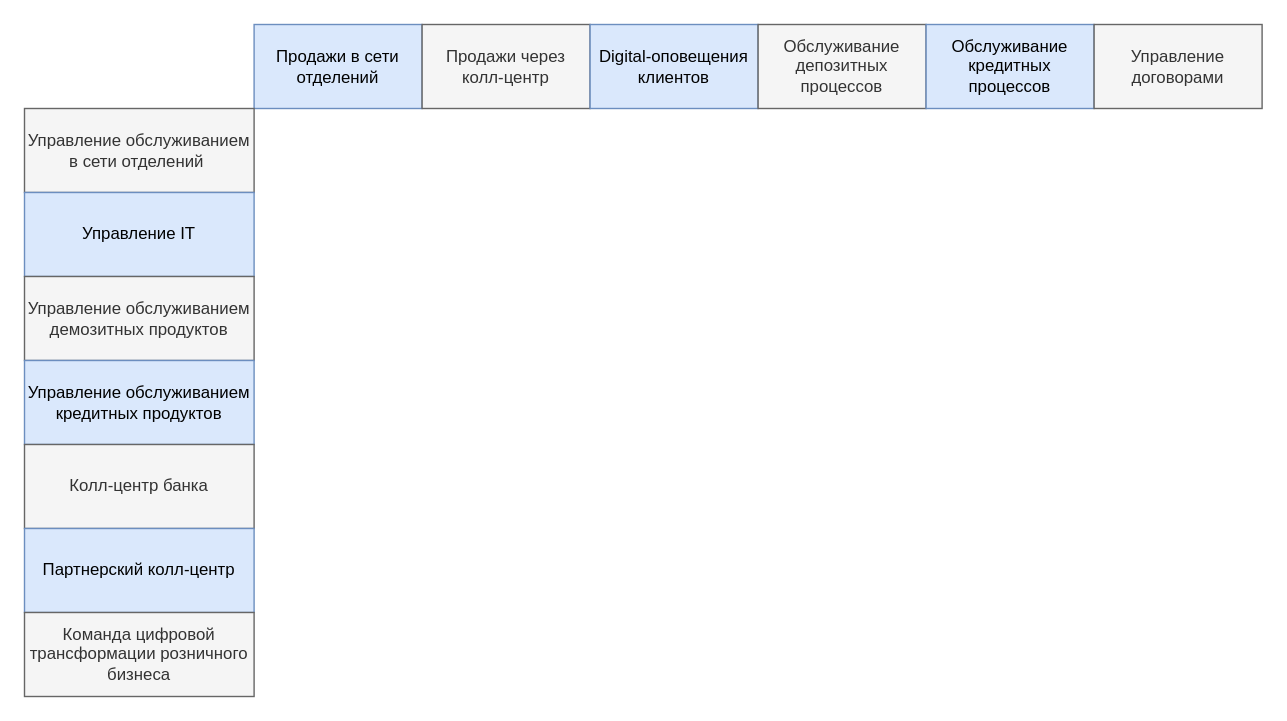
This is it_land_map.drawio from MorKaragh/drawings, a draw.io file, before an edit. Source tidied: cells renumbered, new cells numbered last; positions are measured from the earlier drawing's top-left corner, leaving out a move shared by most shapes. Both pictures are drawn from the tidied source at 140%, with x=0, y=0 at pixel (24, 24).
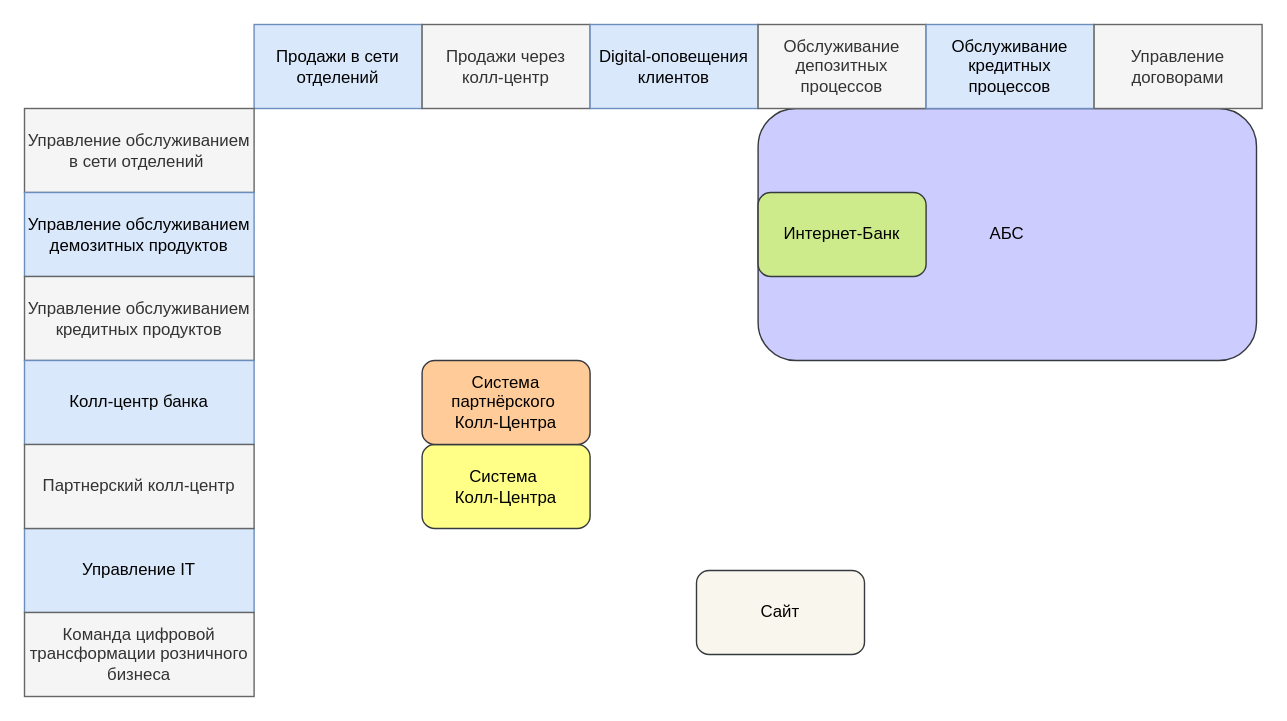
After the change.

Change to the diagram source:
```diff
@@
 <mxGraphModel>
   <root>
     <mxCell id="0" />
     <mxCell id="1" parent="0" />
+    <mxCell id="15" value="АБС" style="rounded=1;whiteSpace=wrap;html=1;fillColor=#CCCCFF;strokeColor=#36393d;" parent="1" vertex="1">
+      <mxGeometry x="524" y="60" width="356" height="180" as="geometry" />
+    </mxCell>
     <mxCell id="2" value="Продажи в сети отделений" style="rounded=0;whiteSpace=wrap;html=1;fillColor=#dae8fc;strokeColor=#6c8ebf;" parent="1" vertex="1">
       <mxGeometry x="164" width="120" height="60" as="geometry" />
     </mxCell>
     <mxCell id="3" value="Продажи через колл-центр" style="rounded=0;whiteSpace=wrap;html=1;fillColor=#f5f5f5;fontColor=#333333;strokeColor=#666666;" parent="1" vertex="1">
       <mxGeometry x="284" width="120" height="60" as="geometry" />
     </mxCell>
     <mxCell id="4" value="Digital-оповещения клиентов" style="rounded=0;whiteSpace=wrap;html=1;fillColor=#dae8fc;strokeColor=#6c8ebf;" parent="1" vertex="1">
       <mxGeometry x="404" width="120" height="60" as="geometry" />
     </mxCell>
     <mxCell id="5" value="Обслуживание депозитных процессов" style="rounded=0;whiteSpace=wrap;html=1;fillColor=#f5f5f5;fontColor=#333333;strokeColor=#666666;" parent="1" vertex="1">
       <mxGeometry x="524" width="120" height="60" as="geometry" />
     </mxCell>
     <mxCell id="6" value="Обслуживание кредитных процессов" style="rounded=0;whiteSpace=wrap;html=1;fillColor=#dae8fc;strokeColor=#6c8ebf;" parent="1" vertex="1">
       <mxGeometry x="644" width="120" height="60" as="geometry" />
     </mxCell>
     <mxCell id="7" value="Управление договорами" style="rounded=0;whiteSpace=wrap;html=1;fillColor=#f5f5f5;fontColor=#333333;strokeColor=#666666;" parent="1" vertex="1">
       <mxGeometry x="764" width="120" height="60" as="geometry" />
     </mxCell>
     <mxCell id="8" value="Управление обслуживанием в сети отделений&amp;nbsp;" style="rounded=0;whiteSpace=wrap;html=1;fillColor=#f5f5f5;fontColor=#333333;strokeColor=#666666;" parent="1" vertex="1">
       <mxGeometry y="60" width="164" height="60" as="geometry" />
     </mxCell>
     <mxCell id="9" value="Управление IT" style="rounded=0;whiteSpace=wrap;html=1;fillColor=#dae8fc;strokeColor=#6c8ebf;" parent="1" vertex="1">
-      <mxGeometry y="120" width="164" height="60" as="geometry" />
+      <mxGeometry y="360" width="164" height="60" as="geometry" />
     </mxCell>
-    <mxCell id="10" value="Управление обслуживанием демозитных продуктов" style="rounded=0;whiteSpace=wrap;html=1;fillColor=#f5f5f5;fontColor=#333333;strokeColor=#666666;" parent="1" vertex="1">
-      <mxGeometry y="180" width="164" height="60" as="geometry" />
+    <mxCell id="10" value="Управление обслуживанием демозитных продуктов" style="rounded=0;whiteSpace=wrap;html=1;fillColor=#dae8fc;strokeColor=#6c8ebf;" parent="1" vertex="1">
+      <mxGeometry y="120" width="164" height="60" as="geometry" />
     </mxCell>
-    <mxCell id="11" value="Управление обслуживанием кредитных продуктов" style="rounded=0;whiteSpace=wrap;html=1;fillColor=#dae8fc;strokeColor=#6c8ebf;" parent="1" vertex="1">
-      <mxGeometry y="240" width="164" height="60" as="geometry" />
+    <mxCell id="11" value="Управление обслуживанием кредитных продуктов" style="rounded=0;whiteSpace=wrap;html=1;fillColor=#f5f5f5;strokeColor=#666666;fontColor=#333333;" parent="1" vertex="1">
+      <mxGeometry y="180" width="164" height="60" as="geometry" />
     </mxCell>
-    <mxCell id="12" value="Колл-центр банка" style="rounded=0;whiteSpace=wrap;html=1;fillColor=#f5f5f5;fontColor=#333333;strokeColor=#666666;" parent="1" vertex="1">
-      <mxGeometry y="300" width="164" height="60" as="geometry" />
+    <mxCell id="12" value="Колл-центр банка" style="rounded=0;whiteSpace=wrap;html=1;fillColor=#dae8fc;strokeColor=#6c8ebf;" parent="1" vertex="1">
+      <mxGeometry y="240" width="164" height="60" as="geometry" />
     </mxCell>
-    <mxCell id="13" value="Партнерский колл-центр" style="rounded=0;whiteSpace=wrap;html=1;fillColor=#dae8fc;strokeColor=#6c8ebf;" parent="1" vertex="1">
-      <mxGeometry y="360" width="164" height="60" as="geometry" />
+    <mxCell id="13" value="Партнерский колл-центр" style="rounded=0;whiteSpace=wrap;html=1;fillColor=#f5f5f5;strokeColor=#666666;fontColor=#333333;" parent="1" vertex="1">
+      <mxGeometry y="300" width="164" height="60" as="geometry" />
     </mxCell>
     <mxCell id="14" value="Команда цифровой трансформации розничного бизнеса" style="rounded=0;whiteSpace=wrap;html=1;fillColor=#f5f5f5;fontColor=#333333;strokeColor=#666666;" parent="1" vertex="1">
       <mxGeometry y="420" width="164" height="60" as="geometry" />
     </mxCell>
+    <mxCell id="16" value="Интернет-Банк" style="rounded=1;whiteSpace=wrap;html=1;fillColor=#cdeb8b;strokeColor=#36393d;" parent="1" vertex="1">
+      <mxGeometry x="524" y="120" width="120" height="60" as="geometry" />
+    </mxCell>
+    <mxCell id="17" value="Система&amp;nbsp;&lt;div&gt;Колл-Центра&lt;/div&gt;" style="rounded=1;whiteSpace=wrap;html=1;fillColor=#ffff88;strokeColor=#36393d;" parent="1" vertex="1">
+      <mxGeometry x="284" y="300" width="120" height="60" as="geometry" />
+    </mxCell>
+    <mxCell id="18" value="Система партнёрского&amp;nbsp;&lt;div&gt;Колл-Центра&lt;/div&gt;" style="rounded=1;whiteSpace=wrap;html=1;fillColor=#ffcc99;strokeColor=#36393d;" parent="1" vertex="1">
+      <mxGeometry x="284" y="240" width="120" height="60" as="geometry" />
+    </mxCell>
+    <mxCell id="19" value="Сайт" style="rounded=1;whiteSpace=wrap;html=1;fillColor=#f9f7ed;strokeColor=#36393d;" parent="1" vertex="1">
+      <mxGeometry x="480" y="390" width="120" height="60" as="geometry" />
+    </mxCell>
   </root>
 </mxGraphModel>
```
